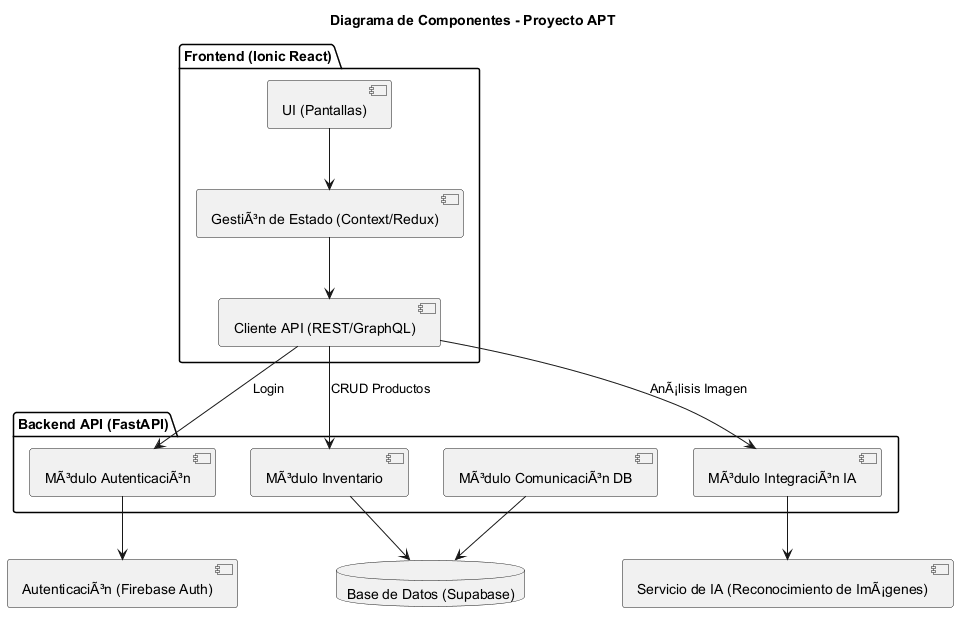
Above: inventario-app/docs/diagramas_img/Diagrama_de_componentes.png in Tihare-Campusano/NEXA (PlantUML), before the change. Source of this version:
```plantuml
@startuml Diagrama_de_componentes
title Diagrama de Componentes - Proyecto APT

package "Frontend (Ionic React)" {
    component "UI (Pantallas)" as UI
    component "GestiÃ³n de Estado (Context/Redux)" as STATE
    component "Cliente API (REST/GraphQL)" as APIClient
}

package "Backend API (FastAPI)" {
    component "MÃ³dulo AutenticaciÃ³n" as BEAuth
    component "MÃ³dulo Inventario" as BEInv
    component "MÃ³dulo IntegraciÃ³n IA" as BEIA
    component "MÃ³dulo ComunicaciÃ³n DB" as BEDB
}

database "Base de Datos (Supabase)" as DB
component "Servicio de IA (Reconocimiento de ImÃ¡genes)" as IA
component "AutenticaciÃ³n (Firebase Auth)" as AUTH

UI --> STATE
STATE --> APIClient
APIClient --> BEAuth : Login
APIClient --> BEInv : CRUD Productos
APIClient --> BEIA : AnÃ¡lisis Imagen

BEAuth --> AUTH
BEInv --> DB
BEDB --> DB
BEIA --> IA

@enduml
```
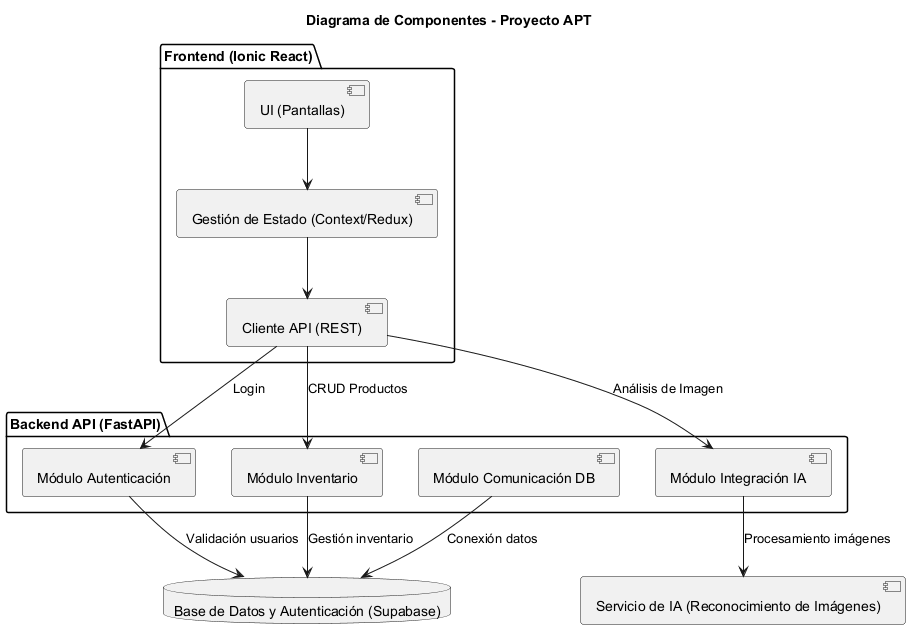
The same file after the commit.

Change to the diagram source:
```diff
@@ -3,30 +3,29 @@
 
 package "Frontend (Ionic React)" {
     component "UI (Pantallas)" as UI
-    component "GestiÃ³n de Estado (Context/Redux)" as STATE
-    component "Cliente API (REST/GraphQL)" as APIClient
+    component "Gestión de Estado (Context/Redux)" as STATE
+    component "Cliente API (REST)" as APIClient
 }
 
 package "Backend API (FastAPI)" {
-    component "MÃ³dulo AutenticaciÃ³n" as BEAuth
-    component "MÃ³dulo Inventario" as BEInv
-    component "MÃ³dulo IntegraciÃ³n IA" as BEIA
-    component "MÃ³dulo ComunicaciÃ³n DB" as BEDB
+    component "Módulo Autenticación" as BEAuth
+    component "Módulo Inventario" as BEInv
+    component "Módulo Integración IA" as BEIA
+    component "Módulo Comunicación DB" as BEDB
 }
 
-database "Base de Datos (Supabase)" as DB
-component "Servicio de IA (Reconocimiento de ImÃ¡genes)" as IA
-component "AutenticaciÃ³n (Firebase Auth)" as AUTH
+database "Base de Datos y Autenticación (Supabase)" as DB
+component "Servicio de IA (Reconocimiento de Imágenes)" as IA
 
 UI --> STATE
 STATE --> APIClient
 APIClient --> BEAuth : Login
 APIClient --> BEInv : CRUD Productos
-APIClient --> BEIA : AnÃ¡lisis Imagen
+APIClient --> BEIA : Análisis de Imagen
 
-BEAuth --> AUTH
-BEInv --> DB
-BEDB --> DB
-BEIA --> IA
+BEAuth --> DB : Validación usuarios
+BEInv --> DB : Gestión inventario
+BEDB --> DB : Conexión datos
+BEIA --> IA : Procesamiento imágenes
 
 @enduml
```
